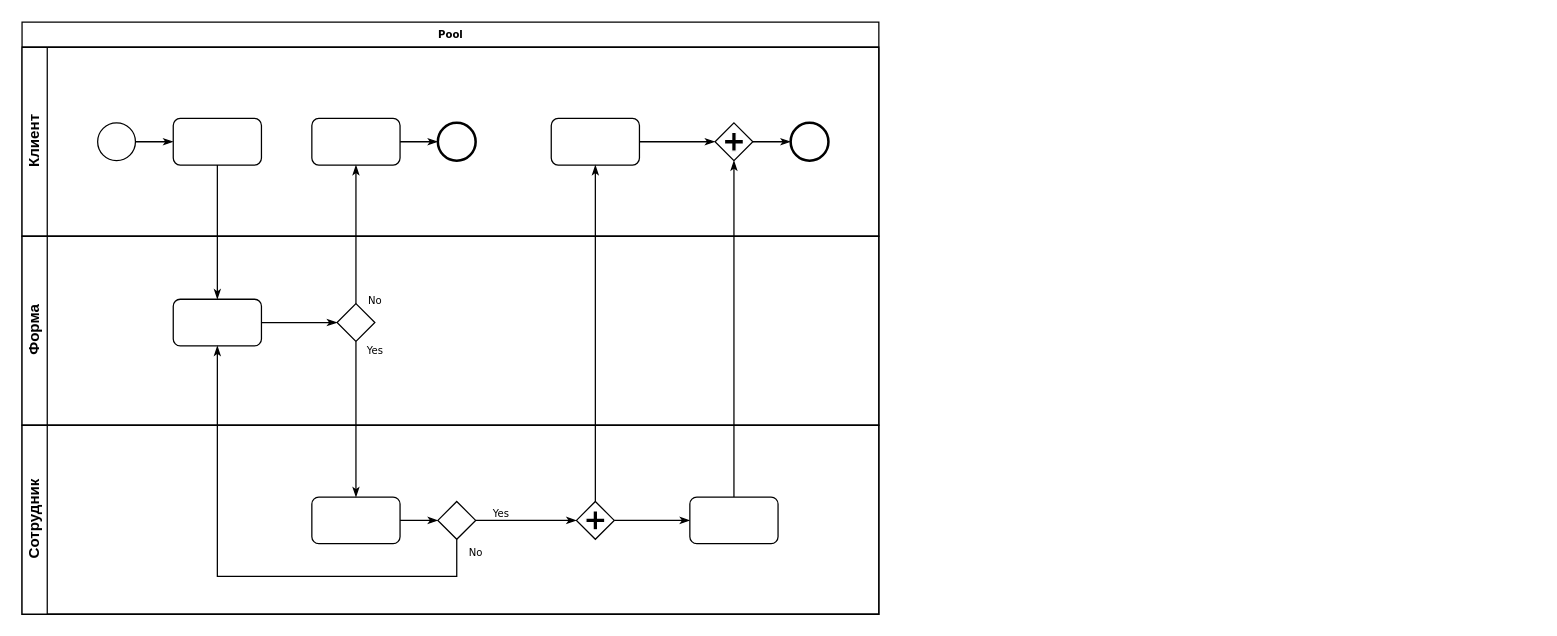
This is Untitled Diagram.drawio from bkorel/hello, a draw.io file, before an edit. Source tidied: cells renumbered, new cells numbered last; positions are measured from the earlier drawing's top-left corner, leaving out a move shared by most shapes. Both pictures are drawn from the tidied source at 126%, with x=0, y=0 at pixel (21, 21).
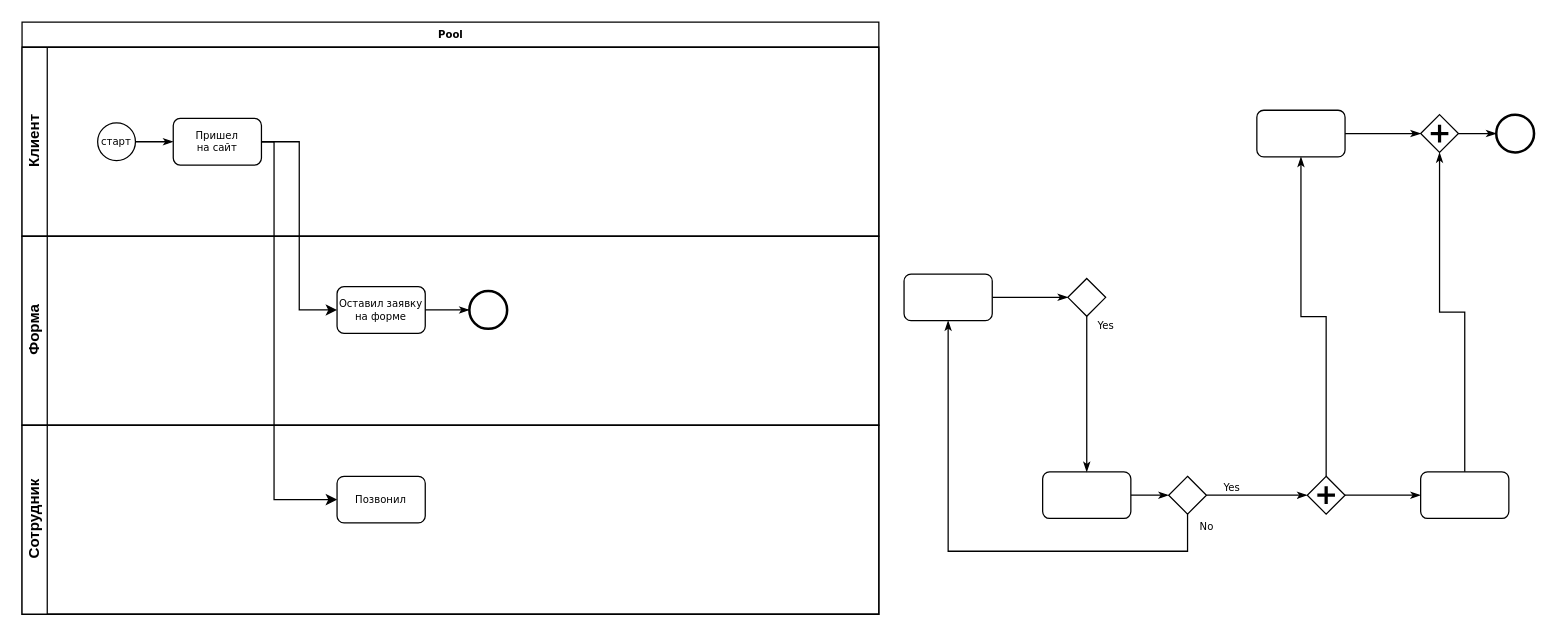
After the change.

Unchanged cells that the change refers to:
```xml
<mxCell id="2" value="Pool" style="swimlane;html=1;horizontal=1;startSize=20;rounded=0;shadow=0;labelBackgroundColor=none;strokeWidth=1;fontFamily=Verdana;fontSize=8;align=center;" parent="1" vertex="1">
  <mxGeometry width="680" height="470" as="geometry" />
</mxCell>
<mxCell id="3" value="Клиент" style="swimlane;html=1;startSize=20;horizontal=0;" parent="2" vertex="1">
  <mxGeometry y="20" width="680" height="150" as="geometry" />
</mxCell>
```

Diff of the diagram source:
```diff
@@
-    <mxCell id="5" style="ellipse;whiteSpace=wrap;html=1;rounded=0;shadow=0;labelBackgroundColor=none;strokeWidth=1;fontFamily=Verdana;fontSize=8;align=center;" parent="3" vertex="1">
+    <mxCell id="5" value="старт" style="ellipse;whiteSpace=wrap;html=1;rounded=0;shadow=0;labelBackgroundColor=none;strokeWidth=1;fontFamily=Verdana;fontSize=8;align=center;" parent="3" vertex="1">
       <mxGeometry x="60" y="60" width="30" height="30" as="geometry" />
     </mxCell>
-    <mxCell id="6" style="rounded=1;whiteSpace=wrap;html=1;shadow=0;labelBackgroundColor=none;strokeWidth=1;fontFamily=Verdana;fontSize=8;align=center;" parent="3" vertex="1">
+    <mxCell id="6" value="Пришел &lt;br&gt;на сайт" style="rounded=1;whiteSpace=wrap;html=1;shadow=0;labelBackgroundColor=none;strokeWidth=1;fontFamily=Verdana;fontSize=8;align=center;" parent="3" vertex="1">
       <mxGeometry x="120" y="56.5" width="70" height="37" as="geometry" />
     </mxCell>
-    <mxCell id="7" style="edgeStyle=orthogonalEdgeStyle;rounded=0;html=1;labelBackgroundColor=none;startArrow=none;startFill=0;startSize=5;endArrow=classicThin;endFill=1;endSize=5;jettySize=auto;strokeWidth=1;fontFamily=Verdana;fontSize=8;" parent="3" edge="1" source="8" target="9">
-      <mxGeometry relative="1" as="geometry" />
-    </mxCell>
+    <mxCell id="15" value="Форма" style="swimlane;html=1;startSize=20;horizontal=0;" parent="2" vertex="1">
+      <mxGeometry y="170" width="680" height="150" as="geometry" />
+    </mxCell>
-    <mxCell id="8" style="rounded=1;whiteSpace=wrap;html=1;shadow=0;labelBackgroundColor=none;strokeWidth=1;fontFamily=Verdana;fontSize=8;align=center;" parent="3" vertex="1">
-      <mxGeometry x="230" y="56.5" width="70" height="37" as="geometry" />
+    <mxCell id="8" value="Оставил заявку на форме" style="rounded=1;whiteSpace=wrap;html=1;shadow=0;labelBackgroundColor=none;strokeWidth=1;fontFamily=Verdana;fontSize=8;align=center;" parent="15" vertex="1">
+      <mxGeometry x="250" y="40" width="70" height="37" as="geometry" />
     </mxCell>
-    <mxCell id="9" style="ellipse;whiteSpace=wrap;html=1;rounded=0;shadow=0;labelBackgroundColor=none;strokeWidth=2;fontFamily=Verdana;fontSize=8;align=center;" parent="3" vertex="1">
-      <mxGeometry x="330" y="60" width="30" height="30" as="geometry" />
+    <mxCell id="9" style="ellipse;whiteSpace=wrap;html=1;rounded=0;shadow=0;labelBackgroundColor=none;strokeWidth=2;fontFamily=Verdana;fontSize=8;align=center;" parent="15" vertex="1">
+      <mxGeometry x="355" y="43.5" width="30" height="30" as="geometry" />
     </mxCell>
-    <mxCell id="10" style="edgeStyle=orthogonalEdgeStyle;rounded=0;html=1;entryX=0;entryY=0.5;labelBackgroundColor=none;startArrow=none;startFill=0;startSize=5;endArrow=classicThin;endFill=1;endSize=5;jettySize=auto;strokeWidth=1;fontFamily=Verdana;fontSize=8;" parent="3" edge="1" source="11" target="13">
-      <mxGeometry relative="1" as="geometry" />
-    </mxCell>
-    <mxCell id="11" style="rounded=1;whiteSpace=wrap;html=1;shadow=0;labelBackgroundColor=none;strokeWidth=1;fontFamily=Verdana;fontSize=8;align=center;" parent="3" vertex="1">
-      <mxGeometry x="420" y="56.5" width="70" height="37" as="geometry" />
-    </mxCell>
-    <mxCell id="12" style="edgeStyle=orthogonalEdgeStyle;rounded=0;html=1;labelBackgroundColor=none;startArrow=none;startFill=0;startSize=5;endArrow=classicThin;endFill=1;endSize=5;jettySize=auto;strokeWidth=1;fontFamily=Verdana;fontSize=8;" parent="3" edge="1" source="13" target="14">
-      <mxGeometry relative="1" as="geometry" />
-    </mxCell>
-    <mxCell id="13" style="shape=mxgraph.bpmn.shape;html=1;verticalLabelPosition=bottom;labelBackgroundColor=#ffffff;verticalAlign=top;perimeter=rhombusPerimeter;background=gateway;outline=none;symbol=parallelGw;rounded=1;shadow=0;strokeWidth=1;fontFamily=Verdana;fontSize=8;align=center;" parent="3" vertex="1">
-      <mxGeometry x="550" y="60" width="30" height="30" as="geometry" />
-    </mxCell>
-    <mxCell id="14" style="ellipse;whiteSpace=wrap;html=1;rounded=0;shadow=0;labelBackgroundColor=none;strokeWidth=2;fontFamily=Verdana;fontSize=8;align=center;" parent="3" vertex="1">
-      <mxGeometry x="610" y="60" width="30" height="30" as="geometry" />
-    </mxCell>
-    <mxCell id="15" value="Форма" style="swimlane;html=1;startSize=20;horizontal=0;" parent="2" vertex="1">
-      <mxGeometry y="170" width="680" height="150" as="geometry" />
-    </mxCell>
+    <mxCell id="7" style="edgeStyle=orthogonalEdgeStyle;rounded=0;html=1;labelBackgroundColor=none;startArrow=none;startFill=0;startSize=5;endArrow=classicThin;endFill=1;endSize=5;jettySize=auto;strokeWidth=1;fontFamily=Verdana;fontSize=8;" parent="15" edge="1" source="8" target="9">
+      <mxGeometry relative="1" as="geometry" />
+    </mxCell>
+    <mxCell id="19" value="Сотрудник" style="swimlane;html=1;startSize=20;horizontal=0;" parent="2" vertex="1">
+      <mxGeometry y="320" width="680" height="150" as="geometry" />
+    </mxCell>
+    <mxCell id="33" value="Позвонил" style="rounded=1;whiteSpace=wrap;html=1;shadow=0;labelBackgroundColor=none;strokeWidth=1;fontFamily=Verdana;fontSize=8;align=center;" parent="19" vertex="1">
+      <mxGeometry x="250" y="40.5" width="70" height="37" as="geometry" />
+    </mxCell>
+    <mxCell id="34" style="edgeStyle=orthogonalEdgeStyle;rounded=0;jettySize=auto;html=1;entryX=0;entryY=0.5;entryDx=0;entryDy=0;" parent="2" edge="1" source="6" target="8">
+      <mxGeometry relative="1" as="geometry">
+        <Array as="points">
+          <mxPoint x="220" y="95" />
+          <mxPoint x="220" y="229" />
+        </Array>
+      </mxGeometry>
+    </mxCell>
+    <mxCell id="35" style="edgeStyle=orthogonalEdgeStyle;rounded=0;jettySize=auto;html=1;entryX=0;entryY=0.5;entryDx=0;entryDy=0;" parent="2" edge="1" source="6" target="33">
+      <mxGeometry relative="1" as="geometry">
+        <Array as="points">
+          <mxPoint x="200" y="95" />
+          <mxPoint x="200" y="379" />
+        </Array>
+      </mxGeometry>
+    </mxCell>
-    <mxCell id="16" style="edgeStyle=orthogonalEdgeStyle;rounded=0;html=1;labelBackgroundColor=none;startArrow=none;startFill=0;startSize=5;endArrow=classicThin;endFill=1;endSize=5;jettySize=auto;strokeWidth=1;fontFamily=Verdana;fontSize=8;" parent="15" edge="1" source="17" target="18">
+    <mxCell id="16" style="edgeStyle=orthogonalEdgeStyle;rounded=0;html=1;labelBackgroundColor=none;startArrow=none;startFill=0;startSize=5;endArrow=classicThin;endFill=1;endSize=5;jettySize=auto;strokeWidth=1;fontFamily=Verdana;fontSize=8;" parent="1" edge="1" source="17" target="18">
       <mxGeometry relative="1" as="geometry" />
     </mxCell>
-    <mxCell id="17" style="rounded=1;whiteSpace=wrap;html=1;shadow=0;labelBackgroundColor=none;strokeWidth=1;fontFamily=Verdana;fontSize=8;align=center;" parent="15" vertex="1">
-      <mxGeometry x="120" y="50" width="70" height="37" as="geometry" />
+    <mxCell id="17" style="rounded=1;whiteSpace=wrap;html=1;shadow=0;labelBackgroundColor=none;strokeWidth=1;fontFamily=Verdana;fontSize=8;align=center;" parent="1" vertex="1">
+      <mxGeometry x="700" y="200" width="70" height="37" as="geometry" />
     </mxCell>
-    <mxCell id="18" style="strokeWidth=1;html=1;shape=mxgraph.flowchart.decision;whiteSpace=wrap;rounded=1;shadow=0;labelBackgroundColor=none;fontFamily=Verdana;fontSize=8;align=center;" parent="15" vertex="1">
-      <mxGeometry x="250" y="53.5" width="30" height="30" as="geometry" />
+    <mxCell id="18" style="strokeWidth=1;html=1;shape=mxgraph.flowchart.decision;whiteSpace=wrap;rounded=1;shadow=0;labelBackgroundColor=none;fontFamily=Verdana;fontSize=8;align=center;" parent="1" vertex="1">
+      <mxGeometry x="830" y="203.5" width="30" height="30" as="geometry" />
     </mxCell>
-    <mxCell id="19" value="Сотрудник" style="swimlane;html=1;startSize=20;horizontal=0;" parent="2" vertex="1">
-      <mxGeometry y="320" width="680" height="150" as="geometry" />
-    </mxCell>
-    <mxCell id="20" style="edgeStyle=orthogonalEdgeStyle;rounded=0;html=1;labelBackgroundColor=none;startArrow=none;startFill=0;startSize=5;endArrow=classicThin;endFill=1;endSize=5;jettySize=auto;strokeWidth=1;fontFamily=Verdana;fontSize=8;" parent="19" edge="1" source="21" target="23">
+    <mxCell id="20" style="edgeStyle=orthogonalEdgeStyle;rounded=0;html=1;labelBackgroundColor=none;startArrow=none;startFill=0;startSize=5;endArrow=classicThin;endFill=1;endSize=5;jettySize=auto;strokeWidth=1;fontFamily=Verdana;fontSize=8;" parent="1" edge="1" source="21" target="23">
       <mxGeometry relative="1" as="geometry" />
     </mxCell>
-    <mxCell id="21" style="rounded=1;whiteSpace=wrap;html=1;shadow=0;labelBackgroundColor=none;strokeWidth=1;fontFamily=Verdana;fontSize=8;align=center;" parent="19" vertex="1">
-      <mxGeometry x="230" y="57" width="70" height="37" as="geometry" />
+    <mxCell id="21" style="rounded=1;whiteSpace=wrap;html=1;shadow=0;labelBackgroundColor=none;strokeWidth=1;fontFamily=Verdana;fontSize=8;align=center;" parent="1" vertex="1">
+      <mxGeometry x="810" y="357" width="70" height="37" as="geometry" />
     </mxCell>
-    <mxCell id="22" value="Yes" style="edgeStyle=orthogonalEdgeStyle;rounded=0;html=1;entryX=0;entryY=0.5;labelBackgroundColor=none;startArrow=none;startFill=0;startSize=5;endArrow=classicThin;endFill=1;endSize=5;jettySize=auto;strokeWidth=1;fontFamily=Verdana;fontSize=8;" parent="19" edge="1" source="23" target="25">
+    <mxCell id="22" value="Yes" style="edgeStyle=orthogonalEdgeStyle;rounded=0;html=1;entryX=0;entryY=0.5;labelBackgroundColor=none;startArrow=none;startFill=0;startSize=5;endArrow=classicThin;endFill=1;endSize=5;jettySize=auto;strokeWidth=1;fontFamily=Verdana;fontSize=8;" parent="1" edge="1" source="23" target="25">
       <mxGeometry x="-0.5" y="6" relative="1" as="geometry" />
     </mxCell>
-    <mxCell id="23" style="strokeWidth=1;html=1;shape=mxgraph.flowchart.decision;whiteSpace=wrap;rounded=1;shadow=0;labelBackgroundColor=none;fontFamily=Verdana;fontSize=8;align=center;" parent="19" vertex="1">
-      <mxGeometry x="330" y="60.5" width="30" height="30" as="geometry" />
+    <mxCell id="23" style="strokeWidth=1;html=1;shape=mxgraph.flowchart.decision;whiteSpace=wrap;rounded=1;shadow=0;labelBackgroundColor=none;fontFamily=Verdana;fontSize=8;align=center;" parent="1" vertex="1">
+      <mxGeometry x="910" y="360.5" width="30" height="30" as="geometry" />
     </mxCell>
-    <mxCell id="24" style="edgeStyle=orthogonalEdgeStyle;rounded=0;html=1;labelBackgroundColor=none;startArrow=none;startFill=0;startSize=5;endArrow=classicThin;endFill=1;endSize=5;jettySize=auto;strokeColor=#000000;strokeWidth=1;fontFamily=Verdana;fontSize=8;fontColor=#000000;" parent="19" edge="1" source="25" target="26">
+    <mxCell id="24" style="edgeStyle=orthogonalEdgeStyle;rounded=0;html=1;labelBackgroundColor=none;startArrow=none;startFill=0;startSize=5;endArrow=classicThin;endFill=1;endSize=5;jettySize=auto;strokeColor=#000000;strokeWidth=1;fontFamily=Verdana;fontSize=8;fontColor=#000000;" parent="1" edge="1" source="25" target="26">
       <mxGeometry relative="1" as="geometry" />
     </mxCell>
-    <mxCell id="25" style="shape=mxgraph.bpmn.shape;html=1;verticalLabelPosition=bottom;labelBackgroundColor=#ffffff;verticalAlign=top;perimeter=rhombusPerimeter;background=gateway;outline=none;symbol=parallelGw;rounded=1;shadow=0;strokeWidth=1;fontFamily=Verdana;fontSize=8;align=center;" parent="19" vertex="1">
-      <mxGeometry x="440" y="60.5" width="30" height="30" as="geometry" />
+    <mxCell id="25" style="shape=mxgraph.bpmn.shape;html=1;verticalLabelPosition=bottom;labelBackgroundColor=#ffffff;verticalAlign=top;perimeter=rhombusPerimeter;background=gateway;outline=none;symbol=parallelGw;rounded=1;shadow=0;strokeWidth=1;fontFamily=Verdana;fontSize=8;align=center;" parent="1" vertex="1">
+      <mxGeometry x="1020" y="360.5" width="30" height="30" as="geometry" />
     </mxCell>
-    <mxCell id="26" style="rounded=1;whiteSpace=wrap;html=1;shadow=0;labelBackgroundColor=none;strokeWidth=1;fontFamily=Verdana;fontSize=8;align=center;" parent="19" vertex="1">
-      <mxGeometry x="530" y="57" width="70" height="37" as="geometry" />
+    <mxCell id="26" style="rounded=1;whiteSpace=wrap;html=1;shadow=0;labelBackgroundColor=none;strokeWidth=1;fontFamily=Verdana;fontSize=8;align=center;" parent="1" vertex="1">
+      <mxGeometry x="1110" y="357" width="70" height="37" as="geometry" />
     </mxCell>
-    <mxCell id="27" style="edgeStyle=orthogonalEdgeStyle;rounded=0;html=1;labelBackgroundColor=none;startArrow=none;startFill=0;startSize=5;endArrow=classicThin;endFill=1;endSize=5;jettySize=auto;strokeWidth=1;fontFamily=Verdana;fontSize=8;" parent="2" edge="1" source="6" target="17">
-      <mxGeometry relative="1" as="geometry" />
-    </mxCell>
-    <mxCell id="28" value="No" style="edgeStyle=orthogonalEdgeStyle;rounded=0;html=1;labelBackgroundColor=none;startArrow=none;startFill=0;startSize=5;endArrow=classicThin;endFill=1;endSize=5;jettySize=auto;strokeWidth=1;fontFamily=Verdana;fontSize=8;" parent="2" edge="1" source="18" target="8">
-      <mxGeometry x="-0.94" y="-15" relative="1" as="geometry" />
-    </mxCell>
-    <mxCell id="29" value="Yes" style="edgeStyle=orthogonalEdgeStyle;rounded=0;html=1;labelBackgroundColor=none;startArrow=none;startFill=0;startSize=5;endArrow=classicThin;endFill=1;endSize=5;jettySize=auto;strokeWidth=1;fontFamily=Verdana;fontSize=8;" parent="2" edge="1" source="18" target="21">
+    <mxCell id="29" value="Yes" style="edgeStyle=orthogonalEdgeStyle;rounded=0;html=1;labelBackgroundColor=none;startArrow=none;startFill=0;startSize=5;endArrow=classicThin;endFill=1;endSize=5;jettySize=auto;strokeWidth=1;fontFamily=Verdana;fontSize=8;" parent="1" edge="1" source="18" target="21">
       <mxGeometry x="-0.89" y="15" relative="1" as="geometry" />
     </mxCell>
-    <mxCell id="30" style="edgeStyle=orthogonalEdgeStyle;rounded=0;html=1;entryX=0.5;entryY=1;labelBackgroundColor=none;startArrow=none;startFill=0;startSize=5;endArrow=classicThin;endFill=1;endSize=5;jettySize=auto;strokeWidth=1;fontFamily=Verdana;fontSize=8;" parent="2" edge="1" source="26" target="13">
-      <mxGeometry relative="1" as="geometry" />
-    </mxCell>
-    <mxCell id="31" value="No" style="edgeStyle=orthogonalEdgeStyle;rounded=0;html=1;labelBackgroundColor=none;startArrow=none;startFill=0;startSize=5;endArrow=classicThin;endFill=1;endSize=5;jettySize=auto;strokeWidth=1;fontFamily=Verdana;fontSize=8;" parent="2" edge="1" source="23" target="17">
+    <mxCell id="31" value="No" style="edgeStyle=orthogonalEdgeStyle;rounded=0;html=1;labelBackgroundColor=none;startArrow=none;startFill=0;startSize=5;endArrow=classicThin;endFill=1;endSize=5;jettySize=auto;strokeWidth=1;fontFamily=Verdana;fontSize=8;" parent="1" edge="1" source="23" target="17">
       <mxGeometry x="-0.95" y="15" relative="1" as="geometry">
         <Array as="points">
-          <mxPoint x="345" y="440" />
-          <mxPoint x="155" y="440" />
+          <mxPoint x="925" y="420" />
+          <mxPoint x="735" y="420" />
         </Array>
       </mxGeometry>
     </mxCell>
-    <mxCell id="32" style="edgeStyle=orthogonalEdgeStyle;rounded=0;html=1;labelBackgroundColor=none;startArrow=none;startFill=0;startSize=5;endArrow=classicThin;endFill=1;endSize=5;jettySize=auto;strokeWidth=1;fontFamily=Verdana;fontSize=8;" parent="2" edge="1" source="25" target="11">
+    <mxCell id="32" style="edgeStyle=orthogonalEdgeStyle;rounded=0;html=1;labelBackgroundColor=none;startArrow=none;startFill=0;startSize=5;endArrow=classicThin;endFill=1;endSize=5;jettySize=auto;strokeWidth=1;fontFamily=Verdana;fontSize=8;" parent="1" edge="1" source="25" target="11">
       <mxGeometry relative="1" as="geometry" />
     </mxCell>
+    <mxCell id="30" style="edgeStyle=orthogonalEdgeStyle;rounded=0;html=1;entryX=0.5;entryY=1;labelBackgroundColor=none;startArrow=none;startFill=0;startSize=5;endArrow=classicThin;endFill=1;endSize=5;jettySize=auto;strokeWidth=1;fontFamily=Verdana;fontSize=8;" parent="1" edge="1" source="26" target="13">
+      <mxGeometry relative="1" as="geometry" />
+    </mxCell>
+    <mxCell id="10" style="edgeStyle=orthogonalEdgeStyle;rounded=0;html=1;entryX=0;entryY=0.5;labelBackgroundColor=none;startArrow=none;startFill=0;startSize=5;endArrow=classicThin;endFill=1;endSize=5;jettySize=auto;strokeWidth=1;fontFamily=Verdana;fontSize=8;" parent="1" edge="1" source="11" target="13">
+      <mxGeometry relative="1" as="geometry" />
+    </mxCell>
+    <mxCell id="11" style="rounded=1;whiteSpace=wrap;html=1;shadow=0;labelBackgroundColor=none;strokeWidth=1;fontFamily=Verdana;fontSize=8;align=center;" parent="1" vertex="1">
+      <mxGeometry x="980" y="70" width="70" height="37" as="geometry" />
+    </mxCell>
+    <mxCell id="12" style="edgeStyle=orthogonalEdgeStyle;rounded=0;html=1;labelBackgroundColor=none;startArrow=none;startFill=0;startSize=5;endArrow=classicThin;endFill=1;endSize=5;jettySize=auto;strokeWidth=1;fontFamily=Verdana;fontSize=8;" parent="1" edge="1" source="13" target="14">
+      <mxGeometry relative="1" as="geometry" />
+    </mxCell>
+    <mxCell id="13" style="shape=mxgraph.bpmn.shape;html=1;verticalLabelPosition=bottom;labelBackgroundColor=#ffffff;verticalAlign=top;perimeter=rhombusPerimeter;background=gateway;outline=none;symbol=parallelGw;rounded=1;shadow=0;strokeWidth=1;fontFamily=Verdana;fontSize=8;align=center;" parent="1" vertex="1">
+      <mxGeometry x="1110" y="73.5" width="30" height="30" as="geometry" />
+    </mxCell>
+    <mxCell id="14" style="ellipse;whiteSpace=wrap;html=1;rounded=0;shadow=0;labelBackgroundColor=none;strokeWidth=2;fontFamily=Verdana;fontSize=8;align=center;" parent="1" vertex="1">
+      <mxGeometry x="1170" y="73.5" width="30" height="30" as="geometry" />
+    </mxCell>
```
